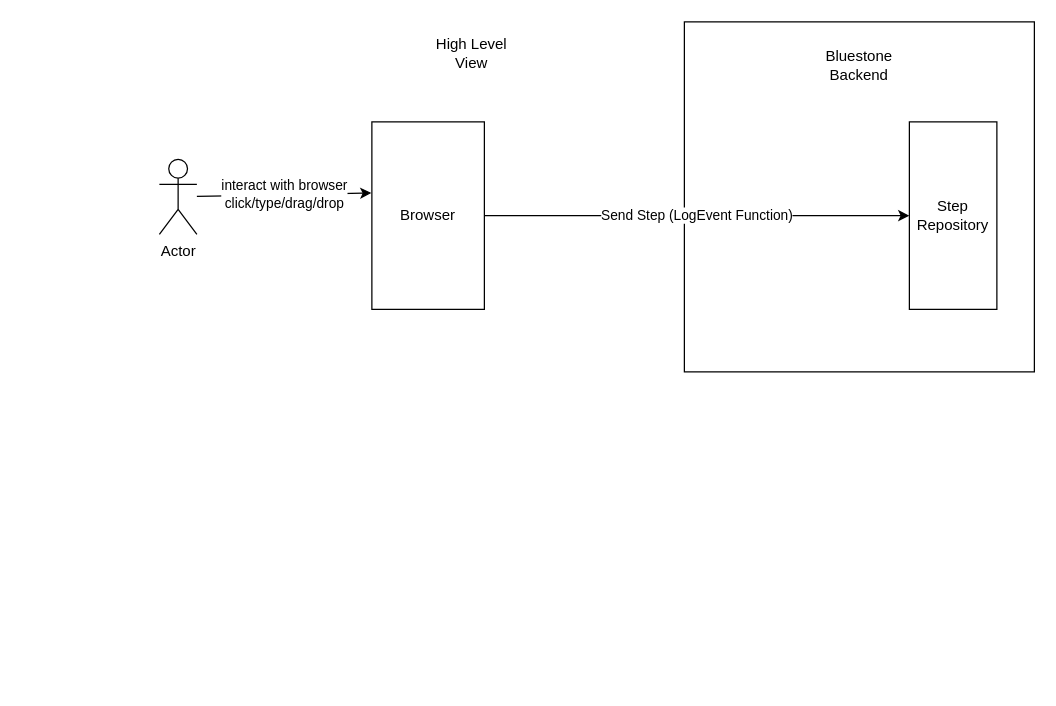
3wweiweiwu/bluestone keeps this draw.io diagram as page "Bluestone Log Step into Backend" (3 of 4) of doc/tutorial/architect.drawio. Above is the earlier version. Source tidied: cells renumbered, new cells numbered last; positions are measured from the earlier drawing's top-left corner, leaving out a move shared by most shapes. Both pictures are drawn from the tidied source at 125%, with x=0, y=0 at pixel (159, 21).
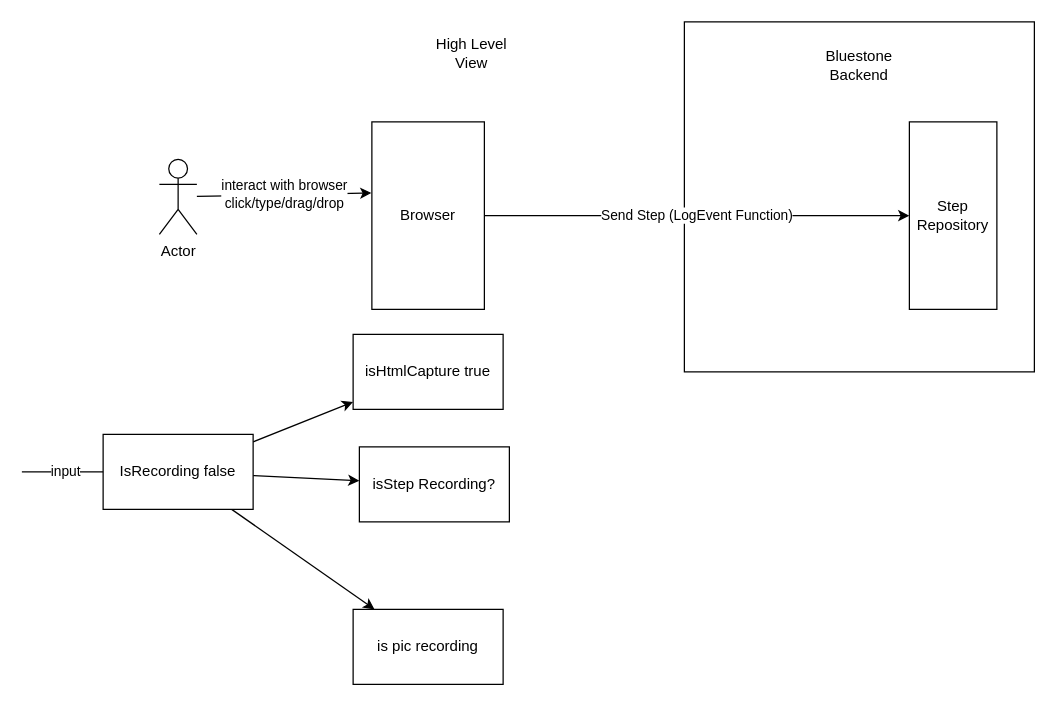
The same diagram, later.

The edit, as a diff of the source:
```diff
@@
 <mxGraphModel>
   <root>
     <mxCell id="0" />
     <mxCell id="1" parent="0" />
     <mxCell id="2" style="rounded=0;whiteSpace=wrap;html=1;" parent="1" vertex="1">
       <mxGeometry x="420" width="280" height="280" as="geometry" />
     </mxCell>
     <mxCell id="3" value="Send Step (LogEvent Function)" style="edgeStyle=none;html=1;" parent="1" edge="1" source="4" target="8">
       <mxGeometry relative="1" as="geometry" />
     </mxCell>
     <mxCell id="4" value="Browser" style="rounded=0;whiteSpace=wrap;html=1;" parent="1" vertex="1">
       <mxGeometry x="170" y="80" width="90" height="150" as="geometry" />
     </mxCell>
     <mxCell id="5" value="High Level View" style="text;html=1;strokeColor=none;fillColor=none;align=center;verticalAlign=middle;whiteSpace=wrap;rounded=0;" parent="1" vertex="1">
       <mxGeometry x="220" y="20" width="60" height="10" as="geometry" />
     </mxCell>
     <mxCell id="6" value="interact with browser&lt;br&gt;click/type/drag/drop" style="edgeStyle=none;html=1;entryX=-0.004;entryY=0.379;entryDx=0;entryDy=0;entryPerimeter=0;" parent="1" edge="1" source="7" target="4">
       <mxGeometry relative="1" as="geometry" />
     </mxCell>
     <mxCell id="7" value="Actor" style="shape=umlActor;verticalLabelPosition=bottom;verticalAlign=top;html=1;outlineConnect=0;" parent="1" vertex="1">
       <mxGeometry y="110" width="30" height="60" as="geometry" />
     </mxCell>
     <mxCell id="8" value="Step Repository" style="rounded=0;whiteSpace=wrap;html=1;" parent="1" vertex="1">
       <mxGeometry x="600" y="80" width="70" height="150" as="geometry" />
     </mxCell>
     <mxCell id="9" value="Bluestone Backend" style="text;html=1;strokeColor=none;fillColor=none;align=center;verticalAlign=middle;whiteSpace=wrap;rounded=0;" parent="1" vertex="1">
       <mxGeometry x="530" y="20" width="60" height="30" as="geometry" />
     </mxCell>
+    <mxCell id="10" value="input" style="endArrow=none;html=1;" parent="1" edge="1">
+      <mxGeometry relative="1" as="geometry">
+        <mxPoint x="-110" y="360" as="sourcePoint" />
+        <mxPoint x="-40" y="360" as="targetPoint" />
+      </mxGeometry>
+    </mxCell>
+    <mxCell id="11" style="edgeStyle=none;html=1;" parent="1" edge="1" source="14" target="15">
+      <mxGeometry relative="1" as="geometry" />
+    </mxCell>
+    <mxCell id="12" style="edgeStyle=none;html=1;" parent="1" edge="1" source="14" target="16">
+      <mxGeometry relative="1" as="geometry" />
+    </mxCell>
+    <mxCell id="13" style="edgeStyle=none;html=1;" parent="1" edge="1" source="14" target="17">
+      <mxGeometry relative="1" as="geometry" />
+    </mxCell>
+    <mxCell id="14" value="IsRecording false" style="rounded=0;whiteSpace=wrap;html=1;" parent="1" vertex="1">
+      <mxGeometry x="-45" y="330" width="120" height="60" as="geometry" />
+    </mxCell>
+    <mxCell id="15" value="isStep Recording?" style="rounded=0;whiteSpace=wrap;html=1;" parent="1" vertex="1">
+      <mxGeometry x="160" y="340" width="120" height="60" as="geometry" />
+    </mxCell>
+    <mxCell id="16" value="isHtmlCapture true" style="rounded=0;whiteSpace=wrap;html=1;" parent="1" vertex="1">
+      <mxGeometry x="155" y="250" width="120" height="60" as="geometry" />
+    </mxCell>
+    <mxCell id="17" value="is pic recording" style="rounded=0;whiteSpace=wrap;html=1;" parent="1" vertex="1">
+      <mxGeometry x="155" y="470" width="120" height="60" as="geometry" />
+    </mxCell>
   </root>
 </mxGraphModel>
```
